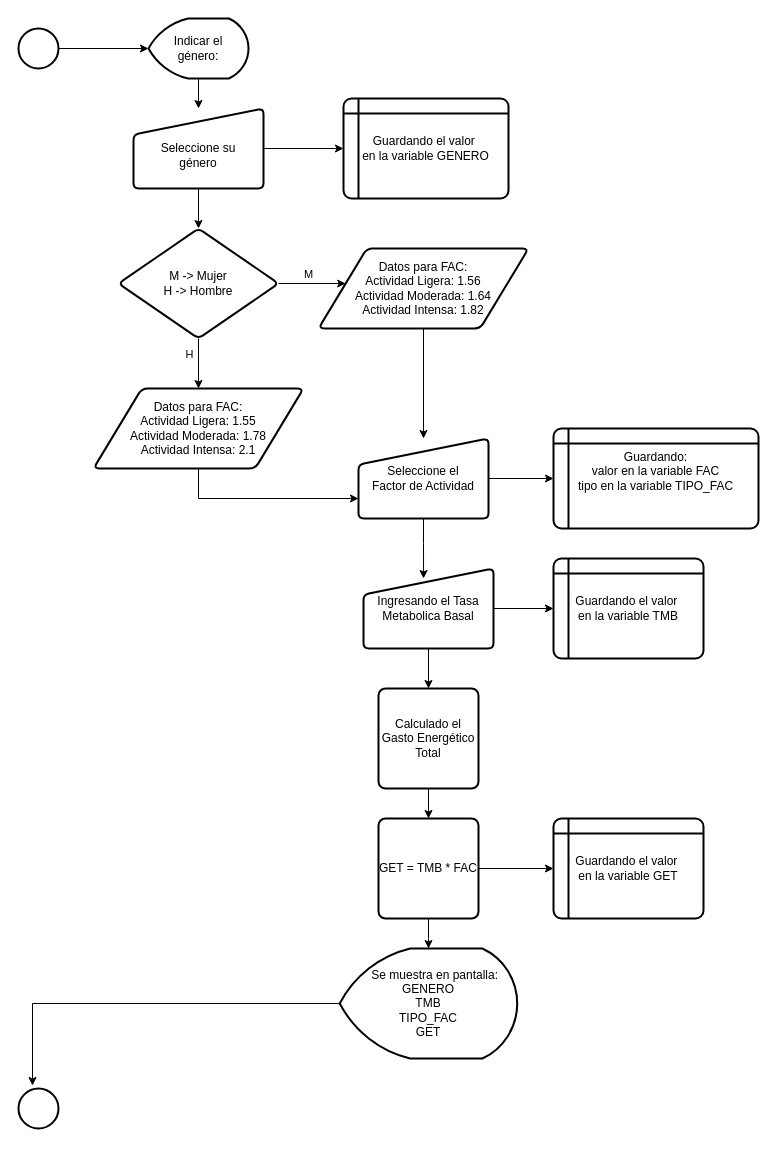
NemoSbrin/Practicas keeps this draw.io diagram as page "Page-1" (1 of 2) of Diagrama sin título.drawio. Above is the earlier version. Source tidied: cells renumbered, new cells numbered last; positions are measured from the earlier drawing's top-left corner, leaving out a move shared by most shapes. Both pictures are drawn from the tidied source at 100%, with x=0, y=0 at pixel (18, 18).
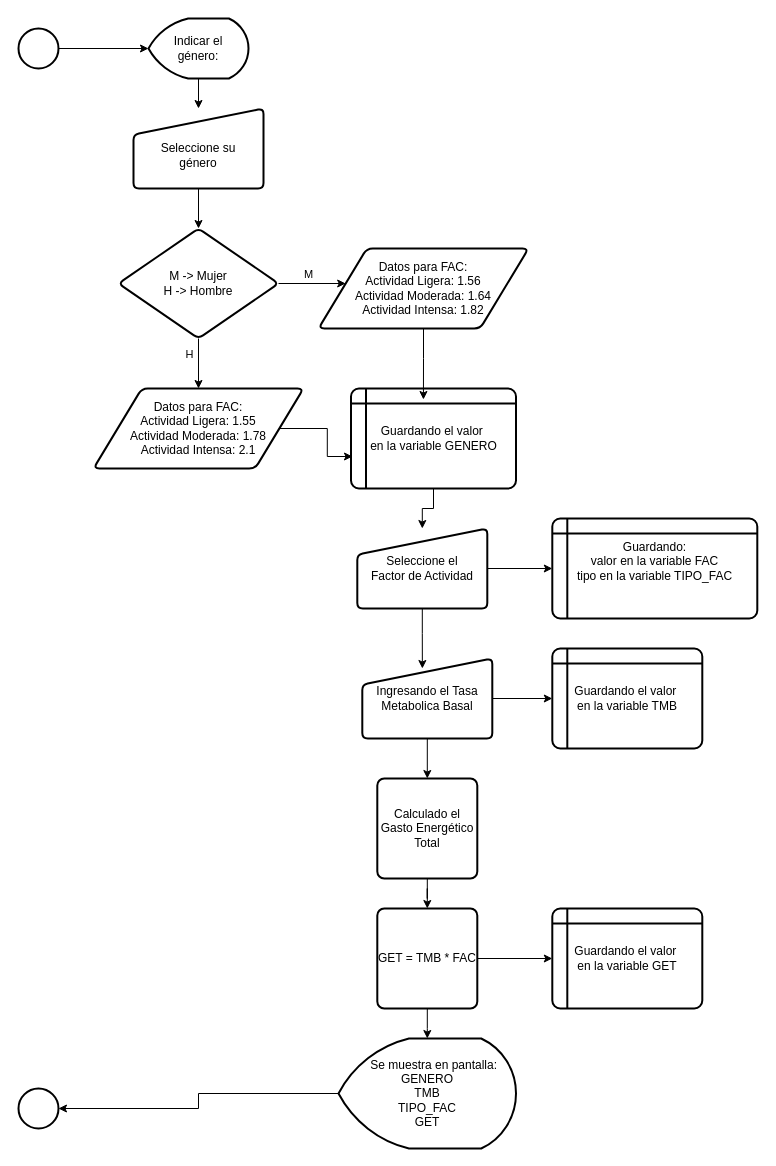
The same diagram, later.

The change refers to these unchanged cells:
```xml
<mxCell id="16" style="strokeWidth=2;html=1;shape=mxgraph.flowchart.start_2;whiteSpace=wrap;" parent="1" vertex="1">
  <mxGeometry y="1070" width="40" height="40" as="geometry" />
</mxCell>
<mxCell id="25" value="&lt;div&gt;Datos para FAC:&lt;/div&gt;&lt;div&gt;Actividad Ligera: 1.56&lt;/div&gt;&lt;div&gt;&lt;div&gt;&lt;div&gt;Actividad Moderada: 1.64&lt;/div&gt;Actividad Intensa: 1.82&lt;br&gt;&lt;/div&gt;&lt;/div&gt;" style="shape=parallelogram;html=1;strokeWidth=2;perimeter=parallelogramPerimeter;whiteSpace=wrap;rounded=1;arcSize=12;size=0.23;" parent="1" vertex="1">
  <mxGeometry x="300" y="230" width="210" height="80" as="geometry" />
</mxCell>
<mxCell id="27" value="&lt;div&gt;Datos para FAC:&lt;/div&gt;&lt;div&gt;Actividad Ligera: 1.55&lt;/div&gt;&lt;div&gt;&lt;div&gt;&lt;div&gt;Actividad Moderada: 1.78&lt;/div&gt;Actividad Intensa: 2.1&lt;br&gt;&lt;/div&gt;&lt;/div&gt;" style="shape=parallelogram;html=1;strokeWidth=2;perimeter=parallelogramPerimeter;whiteSpace=wrap;rounded=1;arcSize=12;size=0.23;" parent="1" vertex="1">
  <mxGeometry x="75" y="370" width="210" height="80" as="geometry" />
</mxCell>
<mxCell id="34" value="&lt;div&gt;&lt;br&gt;&lt;/div&gt;&lt;div&gt;Seleccione su&lt;/div&gt;&lt;div&gt;género&lt;br&gt;&lt;/div&gt;" style="html=1;strokeWidth=2;shape=manualInput;whiteSpace=wrap;rounded=1;size=26;arcSize=11;" parent="1" vertex="1">
  <mxGeometry x="115" y="90" width="130" height="80" as="geometry" />
</mxCell>
```

What changed in the source:
```diff
@@
     <mxCell id="2" value="&lt;div&gt;Guardando:&lt;/div&gt;&lt;div&gt;valor en la variable FAC&lt;/div&gt;&lt;div&gt;tipo en la variable TIPO_FAC&lt;br&gt;&lt;/div&gt;&lt;div&gt;&lt;br&gt;&lt;/div&gt;" style="shape=internalStorage;whiteSpace=wrap;html=1;dx=15;dy=15;rounded=1;arcSize=8;strokeWidth=2;" parent="1" vertex="1">
-      <mxGeometry x="535" y="410" width="205" height="100" as="geometry" />
+      <mxGeometry x="533.8" y="500" width="205" height="100" as="geometry" />
     </mxCell>
     <mxCell id="3" value="&lt;div&gt;Guardando el valor&amp;nbsp;&lt;/div&gt;&lt;div&gt;en la variable TMB&lt;br&gt;&lt;/div&gt;" style="shape=internalStorage;whiteSpace=wrap;html=1;dx=15;dy=15;rounded=1;arcSize=8;strokeWidth=2;" parent="1" vertex="1">
-      <mxGeometry x="535" y="540" width="150" height="100" as="geometry" />
+      <mxGeometry x="533.8" y="630" width="150" height="100" as="geometry" />
     </mxCell>
@@
     <mxCell id="5" value="Seleccione el&lt;div&gt;Factor de Actividad&lt;/div&gt;" style="html=1;strokeWidth=2;shape=manualInput;whiteSpace=wrap;rounded=1;size=26;arcSize=11;" parent="1" vertex="1">
-      <mxGeometry x="340" y="420" width="130" height="80" as="geometry" />
+      <mxGeometry x="338.8" y="510" width="130" height="80" as="geometry" />
     </mxCell>
@@
     <mxCell id="8" value="Ingresando el&amp;nbsp;Tasa Metabolica Basal " style="html=1;strokeWidth=2;shape=manualInput;whiteSpace=wrap;rounded=1;size=26;arcSize=11;" parent="1" vertex="1">
-      <mxGeometry x="345" y="550" width="130" height="80" as="geometry" />
+      <mxGeometry x="343.8" y="640" width="130" height="80" as="geometry" />
     </mxCell>
@@
     <mxCell id="10" value="Calculado el Gasto&amp;nbsp;Energético Total " style="rounded=1;whiteSpace=wrap;html=1;absoluteArcSize=1;arcSize=14;strokeWidth=2;" parent="1" vertex="1">
-      <mxGeometry x="360" y="670" width="100" height="100" as="geometry" />
+      <mxGeometry x="358.8" y="760" width="100" height="100" as="geometry" />
     </mxCell>
@@
     <mxCell id="13" value="GET = TMB * FAC" style="rounded=1;whiteSpace=wrap;html=1;absoluteArcSize=1;arcSize=14;strokeWidth=2;" parent="1" vertex="1">
-      <mxGeometry x="360" y="800" width="100" height="100" as="geometry" />
+      <mxGeometry x="358.8" y="890" width="100" height="100" as="geometry" />
     </mxCell>
@@
-    <mxCell id="24" style="edgeStyle=orthogonalEdgeStyle;rounded=0;jettySize=auto;html=1;" parent="1" edge="1" source="25" target="5">
-      <mxGeometry relative="1" as="geometry" />
-    </mxCell>
@@
-    <mxCell id="26" style="edgeStyle=orthogonalEdgeStyle;rounded=0;jettySize=auto;html=1;entryX=0;entryY=0.75;entryDx=0;entryDy=0;exitX=0.5;exitY=1;exitDx=0;exitDy=0;" parent="1" edge="1" source="27" target="5">
-      <mxGeometry relative="1" as="geometry" />
-    </mxCell>
@@
     <mxCell id="29" value="&lt;div&gt;Guardando el valor&amp;nbsp;&lt;/div&gt;&lt;div&gt;en la variable GET&lt;br&gt;&lt;/div&gt;" style="shape=internalStorage;whiteSpace=wrap;html=1;dx=15;dy=15;rounded=1;arcSize=8;strokeWidth=2;" parent="1" vertex="1">
-      <mxGeometry x="535" y="800" width="150" height="100" as="geometry" />
+      <mxGeometry x="533.8" y="890" width="150" height="100" as="geometry" />
     </mxCell>
     <mxCell id="30" value="&lt;div&gt;&amp;nbsp;&amp;nbsp;&amp;nbsp; Se muestra en pantalla: &lt;br&gt;&lt;/div&gt;&lt;div&gt;GENERO&lt;/div&gt;&lt;div&gt;TMB&lt;/div&gt;&lt;div&gt;TIPO_FAC&lt;br&gt;&lt;/div&gt;&lt;div&gt;GET&lt;br&gt;&lt;/div&gt;" style="strokeWidth=2;html=1;shape=mxgraph.flowchart.display;whiteSpace=wrap;" parent="1" vertex="1">
-      <mxGeometry x="321.2" y="930" width="177.5" height="110" as="geometry" />
+      <mxGeometry x="320" y="1020" width="177.5" height="110" as="geometry" />
     </mxCell>
+    <mxCell id="36" style="edgeStyle=orthogonalEdgeStyle;rounded=0;jettySize=auto;html=1;" parent="1" edge="1" source="31" target="5">
+      <mxGeometry relative="1" as="geometry" />
+    </mxCell>
     <mxCell id="31" value="&lt;div&gt;Guardando el valor&amp;nbsp;&lt;/div&gt;&lt;div&gt;en la variable GENERO&lt;br&gt;&lt;/div&gt;" style="shape=internalStorage;whiteSpace=wrap;html=1;dx=15;dy=15;rounded=1;arcSize=8;strokeWidth=2;" parent="1" vertex="1">
-      <mxGeometry x="325" y="80" width="165" height="100" as="geometry" />
+      <mxGeometry x="332.5" y="370" width="165" height="100" as="geometry" />
     </mxCell>
-    <mxCell id="32" style="edgeStyle=orthogonalEdgeStyle;rounded=0;jettySize=auto;html=1;entryX=0;entryY=0.5;entryDx=0;entryDy=0;" parent="1" edge="1" source="34" target="31">
-      <mxGeometry relative="1" as="geometry" />
-    </mxCell>
@@
-    <mxCell id="35" style="edgeStyle=orthogonalEdgeStyle;rounded=0;jettySize=auto;html=1;entryX=0.35;entryY=-0.075;entryDx=0;entryDy=0;entryPerimeter=0;" parent="1" edge="1" source="30" target="16">
+    <mxCell id="35" style="edgeStyle=orthogonalEdgeStyle;rounded=0;jettySize=auto;html=1;entryX=1;entryY=0.5;entryDx=0;entryDy=0;entryPerimeter=0;" parent="1" edge="1" source="30" target="16">
       <mxGeometry relative="1" as="geometry" />
     </mxCell>
+    <mxCell id="37" style="edgeStyle=orthogonalEdgeStyle;rounded=0;jettySize=auto;html=1;entryX=0.439;entryY=0.11;entryDx=0;entryDy=0;entryPerimeter=0;" parent="1" edge="1" source="25" target="31">
+      <mxGeometry relative="1" as="geometry" />
+    </mxCell>
+    <mxCell id="38" style="edgeStyle=orthogonalEdgeStyle;rounded=0;jettySize=auto;html=1;entryX=0.009;entryY=0.68;entryDx=0;entryDy=0;entryPerimeter=0;" parent="1" edge="1" source="27" target="31">
+      <mxGeometry relative="1" as="geometry" />
+    </mxCell>
```
